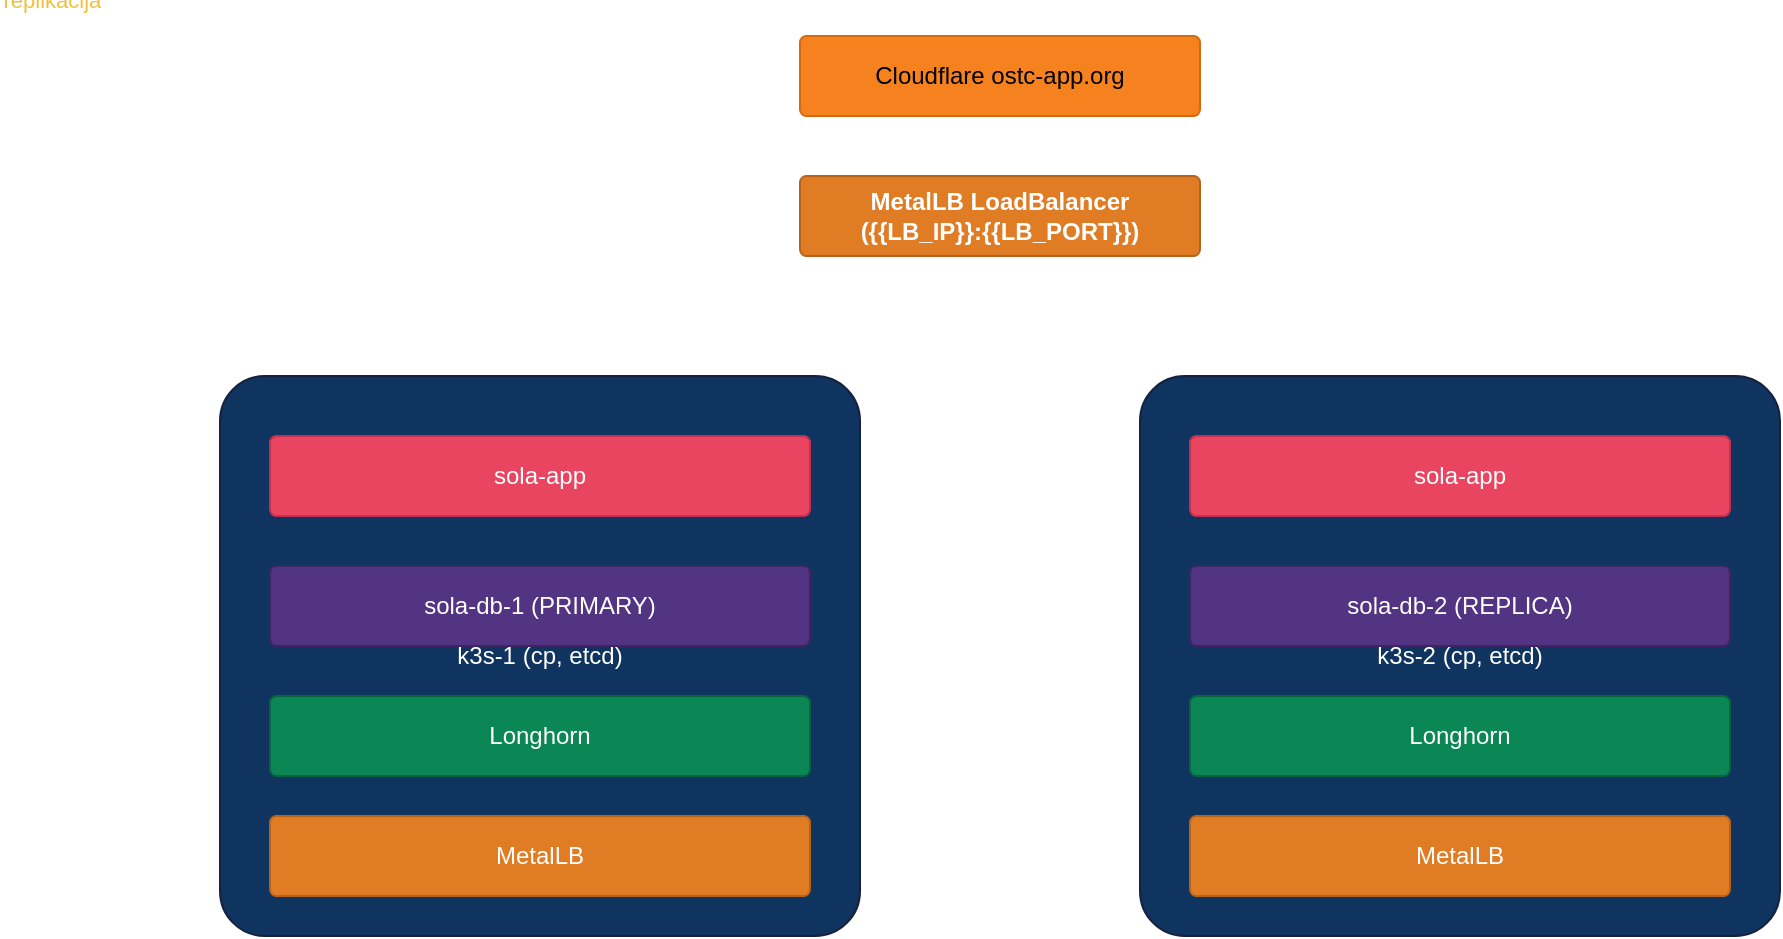
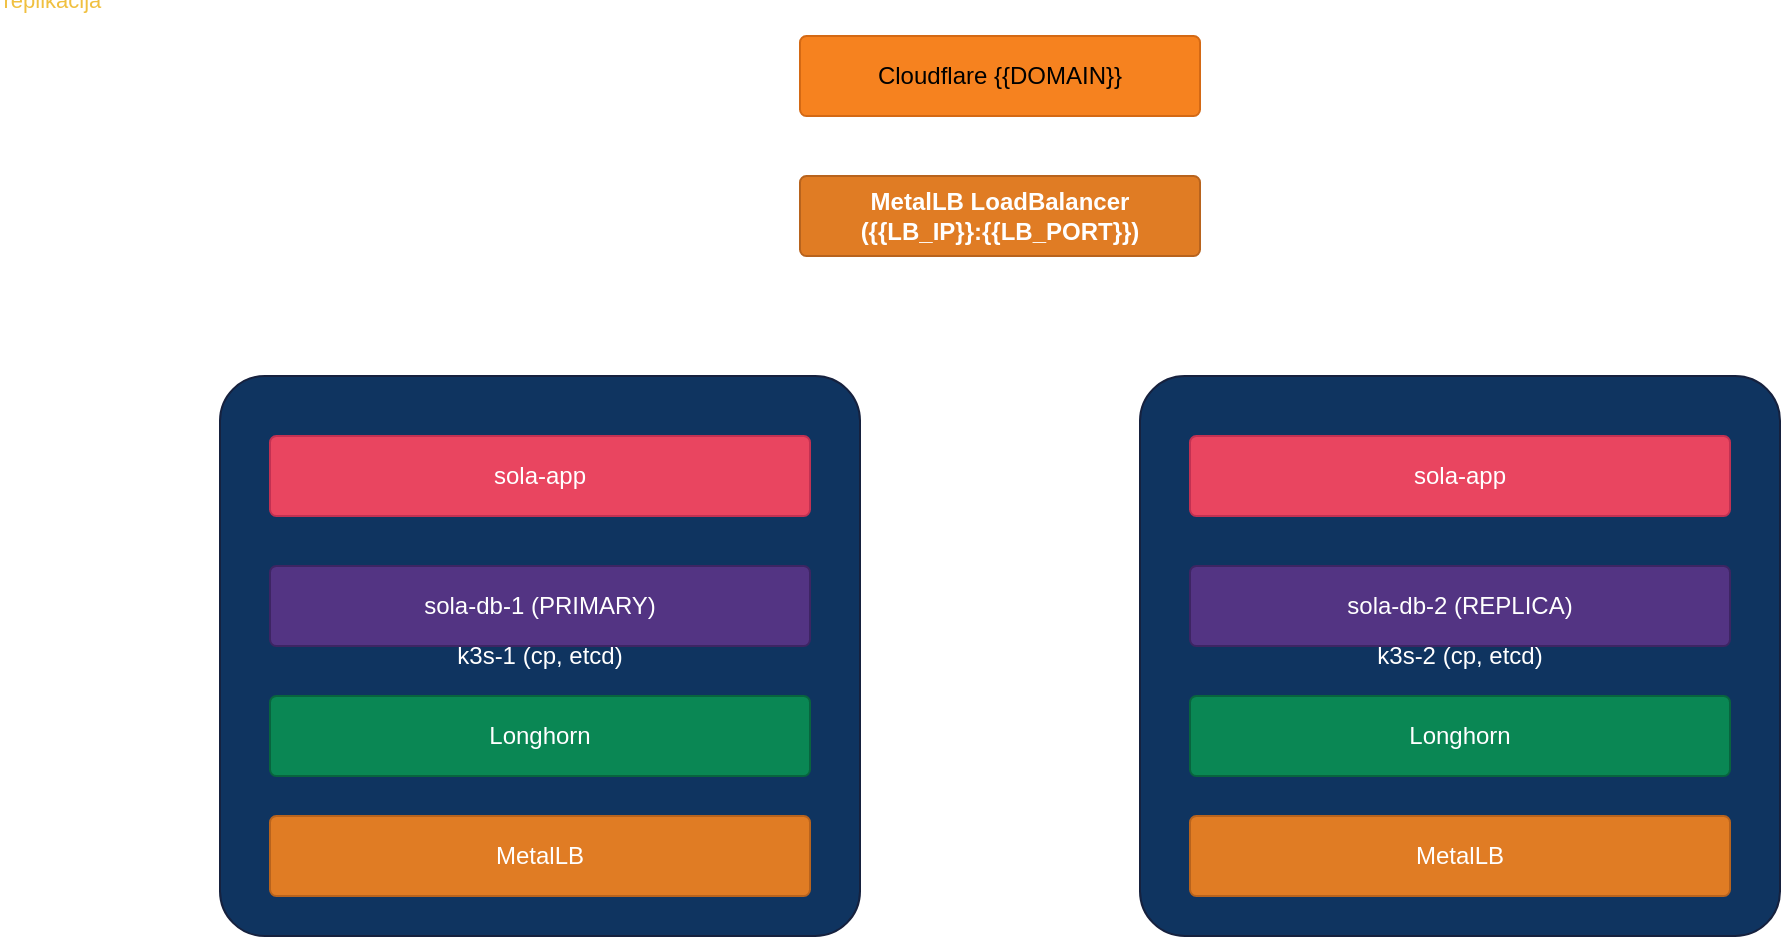
<mxfile host="app.diagrams.net" modified="2026-06-28T12:00:00.000Z" agent="Mozilla/5.0" version="24.0.0">
  <diagram id="k3s" name="K3s Setup">
    <mxGraphModel dx="0" dy="0" grid="1" gridSize="10" guides="1" tooltips="1" connect="1" arrows="1" fold="1" page="0" pageScale="1" pageWidth="1100" pageHeight="850" math="0" shadow="0">
      <root>
        <mxCell id="0" />
        <mxCell id="1" parent="0" />
-         <mxCell id="cf6" value="Cloudflare ostc-app.org" style="rounded=1;whiteSpace=wrap;html=1;fillColor=#f6821f;fontColor=#000000;strokeColor=#d46914;arcSize=8;" vertex="1" parent="1">
+         <mxCell id="cf6" value="Cloudflare {{DOMAIN}}" style="rounded=1;whiteSpace=wrap;html=1;fillColor=#f6821f;fontColor=#000000;strokeColor=#d46914;arcSize=8;" vertex="1" parent="1">
          <mxGeometry x="350" y="10" width="200" height="40" as="geometry" />
        </mxCell>
        <mxCell id="mlb6" value="MetalLB LoadBalancer&#10;({{LB_IP}}:{{LB_PORT}})" style="rounded=1;whiteSpace=wrap;html=1;fillColor=#e07c24;fontColor=#ffffff;strokeColor=#b8631d;arcSize=8;fontStyle=1;" vertex="1" parent="1">
          <mxGeometry x="350" y="80" width="200" height="40" as="geometry" />
        </mxCell>
        <mxCell id="k1_6" value="k3s-1 (cp, etcd)" style="rounded=1;whiteSpace=wrap;html=1;fillColor=#0f3460;fontColor=#ffffff;strokeColor=#16213e;arcSize=8;" vertex="1" parent="1">
          <mxGeometry x="60" y="180" width="320" height="280" as="geometry" />
        </mxCell>
        <mxCell id="k2_6" value="k3s-2 (cp, etcd)" style="rounded=1;whiteSpace=wrap;html=1;fillColor=#0f3460;fontColor=#ffffff;strokeColor=#16213e;arcSize=8;" vertex="1" parent="1">
          <mxGeometry x="520" y="180" width="320" height="280" as="geometry" />
        </mxCell>
        <mxCell id="sa1_6" value="sola-app" style="rounded=1;whiteSpace=wrap;html=1;fillColor=#e94560;fontColor=#ffffff;strokeColor=#c23152;arcSize=8;" vertex="1" parent="1">
          <mxGeometry x="85" y="210" width="270" height="40" as="geometry" />
        </mxCell>
        <mxCell id="db1_6" value="sola-db-1 (PRIMARY)" style="rounded=1;whiteSpace=wrap;html=1;fillColor=#533483;fontColor=#ffffff;strokeColor=#3d2563;arcSize=8;" vertex="1" parent="1">
          <mxGeometry x="85" y="275" width="270" height="40" as="geometry" />
        </mxCell>
        <mxCell id="lh1_6" value="Longhorn" style="rounded=1;whiteSpace=wrap;html=1;fillColor=#0a8754;fontColor=#ffffff;strokeColor=#08643e;arcSize=8;" vertex="1" parent="1">
          <mxGeometry x="85" y="340" width="270" height="40" as="geometry" />
        </mxCell>
        <mxCell id="mlb1_6" value="MetalLB" style="rounded=1;whiteSpace=wrap;html=1;fillColor=#e07c24;fontColor=#ffffff;strokeColor=#b8631d;arcSize=8;" vertex="1" parent="1">
          <mxGeometry x="85" y="400" width="270" height="40" as="geometry" />
        </mxCell>
        <mxCell id="sa2_6" value="sola-app" style="rounded=1;whiteSpace=wrap;html=1;fillColor=#e94560;fontColor=#ffffff;strokeColor=#c23152;arcSize=8;" vertex="1" parent="1">
          <mxGeometry x="545" y="210" width="270" height="40" as="geometry" />
        </mxCell>
        <mxCell id="db2_6" value="sola-db-2 (REPLICA)" style="rounded=1;whiteSpace=wrap;html=1;fillColor=#533483;fontColor=#ffffff;strokeColor=#3d2563;arcSize=8;" vertex="1" parent="1">
          <mxGeometry x="545" y="275" width="270" height="40" as="geometry" />
        </mxCell>
        <mxCell id="lh2_6" value="Longhorn" style="rounded=1;whiteSpace=wrap;html=1;fillColor=#0a8754;fontColor=#ffffff;strokeColor=#08643e;arcSize=8;" vertex="1" parent="1">
          <mxGeometry x="545" y="340" width="270" height="40" as="geometry" />
        </mxCell>
        <mxCell id="mlb2_6" value="MetalLB" style="rounded=1;whiteSpace=wrap;html=1;fillColor=#e07c24;fontColor=#ffffff;strokeColor=#b8631d;arcSize=8;" vertex="1" parent="1">
          <mxGeometry x="545" y="400" width="270" height="40" as="geometry" />
        </mxCell>
        <mxCell id="rep6" value="streaming replikacija" style="edgeStyle=orthogonalEdgeStyle;rounded=0;orthogonalLoop=1;jettySize=auto;html=1;endArrow=doubleBlock;endFill=1;strokeColor=#f0c040;fontColor=#f0c040;fontSize=11;" edge="1" parent="1" source="db1_6" target="db2_6" />
        <mxCell id="a1_6" style="edgeStyle=orthogonalEdgeStyle;rounded=0;orthogonalLoop=1;jettySize=auto;html=1;strokeColor=#cccccc;" edge="1" parent="1" source="cf6" target="mlb6" />
        <mxCell id="a2_6" style="edgeStyle=orthogonalEdgeStyle;rounded=0;orthogonalLoop=1;jettySize=auto;html=1;strokeColor=#cccccc;" edge="1" parent="1" source="mlb6" target="k1_6" />
        <mxCell id="a3_6" style="edgeStyle=orthogonalEdgeStyle;rounded=0;orthogonalLoop=1;jettySize=auto;html=1;strokeColor=#cccccc;" edge="1" parent="1" source="mlb6" target="k2_6" />
      </root>
    </mxGraphModel>
  </diagram>
</mxfile>